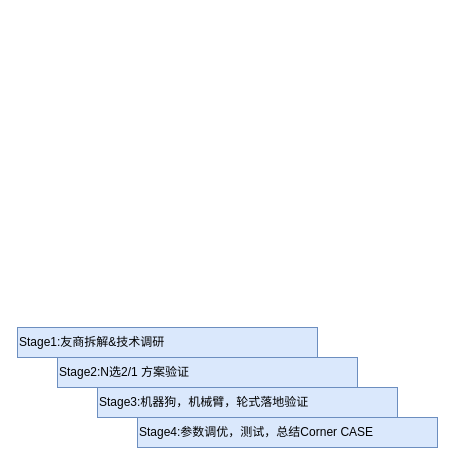
This is WorkSpace/ObjectTrack/2026年-track.drawio from mailonghua/drawio, a draw.io file, before an edit. Source tidied: cells renumbered, new cells numbered last; positions are measured from the earlier drawing's top-left corner, leaving out a move shared by most shapes. Both pictures are drawn from the tidied source at 100%, with x=0, y=0 at pixel (17, 327).
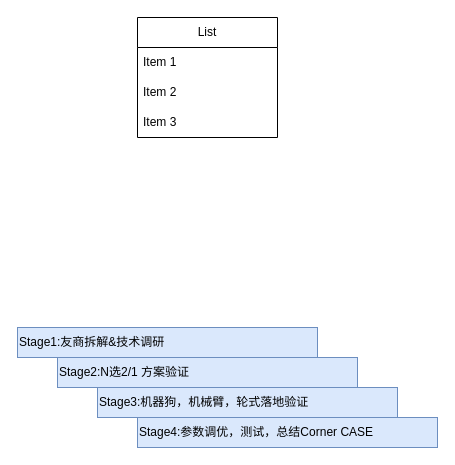
Above is the later version.

Diff of the diagram source:
```diff
@@
 <mxGraphModel>
   <root>
     <mxCell id="0" />
     <mxCell id="1" parent="0" />
     <mxCell id="2" value="Stage1:友商拆解&amp;amp;技术调研" style="rounded=0;whiteSpace=wrap;html=1;align=left;fillColor=#dae8fc;strokeColor=#6c8ebf;" parent="1" vertex="1">
       <mxGeometry width="300" height="30" as="geometry" />
     </mxCell>
     <mxCell id="3" value="Stage2:N选2/1 方案验证" style="rounded=0;whiteSpace=wrap;html=1;align=left;fillColor=#dae8fc;strokeColor=#6c8ebf;" parent="1" vertex="1">
       <mxGeometry x="40" y="30" width="300" height="30" as="geometry" />
     </mxCell>
     <mxCell id="4" value="Stage3:机器狗，机械臂，轮式落地验证" style="rounded=0;whiteSpace=wrap;html=1;align=left;fillColor=#dae8fc;strokeColor=#6c8ebf;" parent="1" vertex="1">
       <mxGeometry x="80" y="60" width="300" height="30" as="geometry" />
     </mxCell>
     <mxCell id="5" value="Stage4:参数调优，测试，总结Corner CASE" style="rounded=0;whiteSpace=wrap;html=1;align=left;fillColor=#dae8fc;strokeColor=#6c8ebf;" parent="1" vertex="1">
       <mxGeometry x="120" y="90" width="300" height="30" as="geometry" />
     </mxCell>
+    <mxCell id="6" value="List" style="swimlane;fontStyle=0;horizontal=1;startSize=30;whiteSpace=wrap;html=1;" parent="1" vertex="1">
+      <mxGeometry x="120" y="-310" width="140" height="120" as="geometry" />
+    </mxCell>
+    <mxCell id="7" value="Item 1" style="text;strokeColor=none;fillColor=none;align=left;verticalAlign=middle;spacingLeft=4;spacingRight=4;overflow=hidden;whiteSpace=wrap;html=1;" parent="6" vertex="1">
+      <mxGeometry y="30" width="140" height="30" as="geometry" />
+    </mxCell>
+    <mxCell id="8" value="Item 2" style="text;strokeColor=none;fillColor=none;align=left;verticalAlign=middle;spacingLeft=4;spacingRight=4;overflow=hidden;whiteSpace=wrap;html=1;" parent="6" vertex="1">
+      <mxGeometry y="60" width="140" height="30" as="geometry" />
+    </mxCell>
+    <mxCell id="9" value="Item 3" style="text;strokeColor=none;fillColor=none;align=left;verticalAlign=middle;spacingLeft=4;spacingRight=4;overflow=hidden;whiteSpace=wrap;html=1;" parent="6" vertex="1">
+      <mxGeometry y="90" width="140" height="30" as="geometry" />
+    </mxCell>
   </root>
 </mxGraphModel>
```
